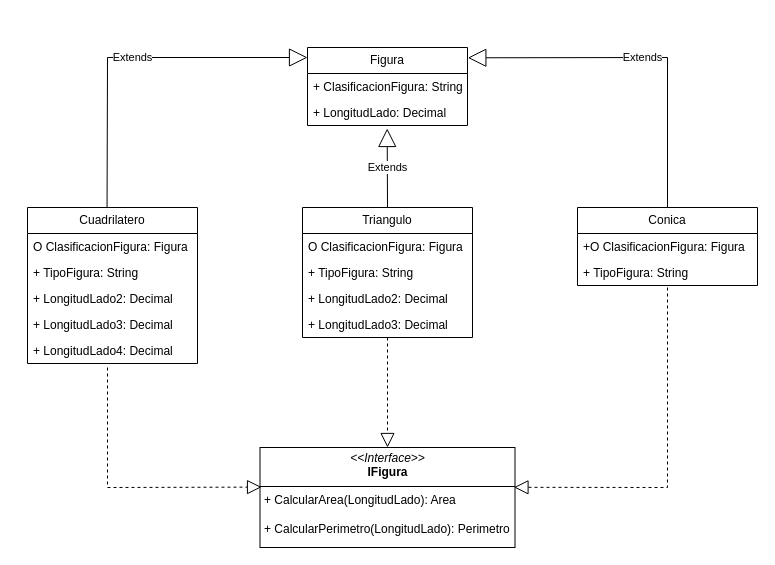
Before: Diagrama sin título.drawio in Francisco-Galea/Diagramas-y-Otros, a draw.io diagram. Source tidied: cells renumbered, new cells numbered last; positions are measured from the earlier drawing's top-left corner, leaving out a move shared by most shapes. Both pictures are drawn from the tidied source at 100%, with x=0, y=0 at pixel (27, 47).
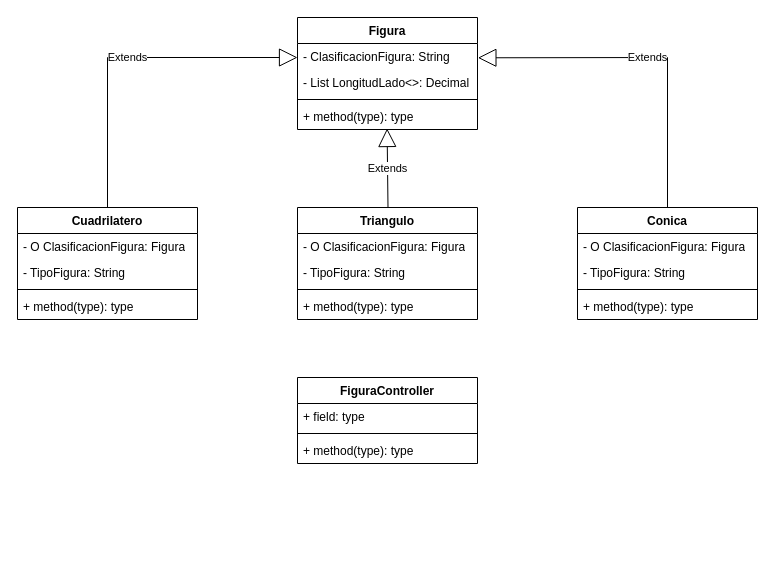
The same diagram, later.

Change to the diagram source:
```diff
@@
-    <mxCell id="2" value="Figura" style="swimlane;fontStyle=0;horizontal=1;startSize=26;fillColor=none;whiteSpace=wrap;html=1;" parent="1" vertex="1">
-      <mxGeometry x="280" width="160" height="78" as="geometry" />
-    </mxCell>
-    <mxCell id="3" value="+ ClasificacionFigura: String&lt;div&gt;&lt;br&gt;&lt;/div&gt;" style="text;strokeColor=none;fillColor=none;align=left;verticalAlign=top;spacingLeft=4;spacingRight=4;overflow=hidden;whiteSpace=wrap;html=1;" parent="2" vertex="1">
-      <mxGeometry y="26" width="160" height="26" as="geometry" />
-    </mxCell>
-    <mxCell id="4" value="+ LongitudLado: Decimal" style="text;strokeColor=none;fillColor=none;align=left;verticalAlign=top;spacingLeft=4;spacingRight=4;overflow=hidden;points=[[0,0.5],[1,0.5]];portConstraint=eastwest;whiteSpace=wrap;html=1;" parent="2" vertex="1">
-      <mxGeometry y="52" width="160" height="26" as="geometry" />
-    </mxCell>
-    <mxCell id="5" value="Cuadrilatero" style="swimlane;fontStyle=0;horizontal=1;startSize=26;fillColor=none;whiteSpace=wrap;html=1;" parent="1" vertex="1">
-      <mxGeometry y="160" width="170" height="156" as="geometry" />
-    </mxCell>
-    <mxCell id="6" value="O ClasificacionFigura: Figura" style="text;strokeColor=none;fillColor=none;align=left;verticalAlign=top;spacingLeft=4;spacingRight=4;overflow=hidden;whiteSpace=wrap;html=1;" parent="5" vertex="1">
-      <mxGeometry y="26" width="170" height="26" as="geometry" />
-    </mxCell>
-    <mxCell id="7" value="+ TipoFigura: String" style="text;strokeColor=none;fillColor=none;align=left;verticalAlign=top;spacingLeft=4;spacingRight=4;overflow=hidden;whiteSpace=wrap;html=1;" parent="5" vertex="1">
-      <mxGeometry y="52" width="170" height="26" as="geometry" />
-    </mxCell>
-    <mxCell id="8" value="+ LongitudLado2: Decimal&lt;div&gt;&lt;br&gt;&lt;/div&gt;" style="text;strokeColor=none;fillColor=none;align=left;verticalAlign=top;spacingLeft=4;spacingRight=4;overflow=hidden;whiteSpace=wrap;html=1;" parent="5" vertex="1">
-      <mxGeometry y="78" width="170" height="26" as="geometry" />
-    </mxCell>
-    <mxCell id="9" value="+ LongitudLado3: Decimal" style="text;strokeColor=none;fillColor=none;align=left;verticalAlign=top;spacingLeft=4;spacingRight=4;overflow=hidden;whiteSpace=wrap;html=1;" parent="5" vertex="1">
-      <mxGeometry y="104" width="170" height="26" as="geometry" />
-    </mxCell>
-    <mxCell id="10" value="+ LongitudLado4: Decimal" style="text;strokeColor=none;fillColor=none;align=left;verticalAlign=top;spacingLeft=4;spacingRight=4;overflow=hidden;whiteSpace=wrap;html=1;" parent="5" vertex="1">
-      <mxGeometry y="130" width="170" height="26" as="geometry" />
-    </mxCell>
-    <mxCell id="11" value="Triangulo" style="swimlane;fontStyle=0;horizontal=1;startSize=26;fillColor=none;whiteSpace=wrap;html=1;" parent="1" vertex="1">
-      <mxGeometry x="275" y="160" width="170" height="130" as="geometry" />
-    </mxCell>
-    <mxCell id="12" value="O ClasificacionFigura: Figura" style="text;strokeColor=none;fillColor=none;align=left;verticalAlign=top;spacingLeft=4;spacingRight=4;overflow=hidden;whiteSpace=wrap;html=1;" parent="11" vertex="1">
-      <mxGeometry y="26" width="170" height="26" as="geometry" />
-    </mxCell>
-    <mxCell id="13" value="+ TipoFigura: String&lt;div&gt;&lt;br&gt;&lt;/div&gt;" style="text;strokeColor=none;fillColor=none;align=left;verticalAlign=top;spacingLeft=4;spacingRight=4;overflow=hidden;whiteSpace=wrap;html=1;" parent="11" vertex="1">
-      <mxGeometry y="52" width="170" height="26" as="geometry" />
-    </mxCell>
-    <mxCell id="14" value="+ LongitudLado2: Decimal" style="text;strokeColor=none;fillColor=none;align=left;verticalAlign=top;spacingLeft=4;spacingRight=4;overflow=hidden;whiteSpace=wrap;html=1;" parent="11" vertex="1">
-      <mxGeometry y="78" width="170" height="26" as="geometry" />
-    </mxCell>
-    <mxCell id="15" value="+ LongitudLado3: Decimal" style="text;strokeColor=none;fillColor=none;align=left;verticalAlign=top;spacingLeft=4;spacingRight=4;overflow=hidden;whiteSpace=wrap;html=1;" parent="11" vertex="1">
-      <mxGeometry y="104" width="170" height="26" as="geometry" />
-    </mxCell>
-    <mxCell id="16" value="Conica" style="swimlane;fontStyle=0;horizontal=1;startSize=26;fillColor=none;whiteSpace=wrap;html=1;" parent="1" vertex="1">
-      <mxGeometry x="550" y="160" width="180" height="78" as="geometry" />
-    </mxCell>
-    <mxCell id="17" value="+O ClasificacionFigura: Figura" style="text;strokeColor=none;fillColor=none;align=left;verticalAlign=top;spacingLeft=4;spacingRight=4;overflow=hidden;whiteSpace=wrap;html=1;" parent="16" vertex="1">
-      <mxGeometry y="26" width="180" height="26" as="geometry" />
-    </mxCell>
-    <mxCell id="18" value="+ TipoFigura: String" style="text;strokeColor=none;fillColor=none;align=left;verticalAlign=top;spacingLeft=4;spacingRight=4;overflow=hidden;whiteSpace=wrap;html=1;" parent="16" vertex="1">
-      <mxGeometry y="52" width="180" height="26" as="geometry" />
-    </mxCell>
-    <mxCell id="19" value="&lt;p style=&quot;margin:0px;margin-top:4px;text-align:center;&quot;&gt;&lt;i&gt;&amp;lt;&amp;lt;Interface&amp;gt;&amp;gt;&lt;/i&gt;&lt;br&gt;&lt;b&gt;IFigura&lt;/b&gt;&lt;/p&gt;&lt;hr size=&quot;1&quot; style=&quot;border-style:solid;&quot;&gt;&lt;p style=&quot;margin:0px;margin-left:4px;&quot;&gt;+ CalcularArea(LongitudLado): Area&lt;/p&gt;&lt;p style=&quot;margin:0px;margin-left:4px;&quot;&gt;&amp;nbsp;&lt;br&gt;+ CalcularPerimetro(LongitudLado): Perimetro&lt;/p&gt;" style="verticalAlign=top;align=left;overflow=fill;html=1;whiteSpace=wrap;" parent="1" vertex="1">
-      <mxGeometry x="232.5" y="400" width="255" height="100" as="geometry" />
-    </mxCell>
-    <mxCell id="20" style="endArrow=block;dashed=1;endFill=0;endSize=12;html=1;rounded=0;entryX=0.5;entryY=0;entryDx=0;entryDy=0;" parent="1" edge="1" target="19">
-      <mxGeometry relative="1" as="geometry">
-        <mxPoint x="360" y="290" as="sourcePoint" />
-      </mxGeometry>
-    </mxCell>
-    <mxCell id="21" style="endArrow=block;dashed=1;endFill=0;endSize=12;html=1;rounded=0;entryX=0.006;entryY=0.396;entryDx=0;entryDy=0;entryPerimeter=0;" parent="1" edge="1" target="19">
-      <mxGeometry relative="1" as="geometry">
-        <mxPoint x="80" y="320" as="sourcePoint" />
-        <Array as="points">
-          <mxPoint x="80" y="440" />
-        </Array>
-      </mxGeometry>
-    </mxCell>
-    <mxCell id="22" style="endArrow=block;dashed=1;endFill=0;endSize=12;html=1;rounded=0;entryX=0.996;entryY=0.398;entryDx=0;entryDy=0;entryPerimeter=0;" parent="1" edge="1" target="19">
-      <mxGeometry relative="1" as="geometry">
-        <mxPoint x="640" y="240" as="sourcePoint" />
-        <Array as="points">
-          <mxPoint x="640" y="440" />
-        </Array>
-      </mxGeometry>
-    </mxCell>
-    <mxCell id="23" value="Extends" style="endArrow=block;endSize=16;endFill=0;html=1;rounded=0;exitX=0.468;exitY=0.003;exitDx=0;exitDy=0;exitPerimeter=0;" parent="1" edge="1" source="5">
+    <mxCell id="23" value="Extends" style="endArrow=block;endSize=16;endFill=0;html=1;rounded=0;exitX=0.5;exitY=0;exitDx=0;exitDy=0;" parent="1" edge="1">
       <mxGeometry relative="1" as="geometry">
-        <mxPoint x="280" y="10" as="targetPoint" />
+        <mxPoint x="80" y="160" as="sourcePoint" />
+        <mxPoint x="270" y="10" as="targetPoint" />
         <Array as="points">
           <mxPoint x="80" y="10" />
         </Array>
       </mxGeometry>
     </mxCell>
-    <mxCell id="24" value="Extends" style="endArrow=block;endSize=16;endFill=0;html=1;rounded=0;exitX=0.5;exitY=0;exitDx=0;exitDy=0;entryX=0.498;entryY=1.115;entryDx=0;entryDy=0;entryPerimeter=0;" parent="1" edge="1" source="11" target="4">
-      <mxGeometry relative="1" as="geometry" />
+    <mxCell id="24" value="Extends" style="endArrow=block;endSize=16;endFill=0;html=1;rounded=0;exitX=0.489;exitY=0.009;exitDx=0;exitDy=0;entryX=0.498;entryY=1.115;entryDx=0;entryDy=0;entryPerimeter=0;exitPerimeter=0;" parent="1" edge="1">
+      <mxGeometry relative="1" as="geometry">
+        <mxPoint x="360.5" y="160.7" as="sourcePoint" />
+        <mxPoint x="359.6" y="81" as="targetPoint" />
+      </mxGeometry>
     </mxCell>
-    <mxCell id="25" value="Extends" style="endArrow=block;endSize=16;endFill=0;html=1;rounded=0;exitX=0.5;exitY=0;exitDx=0;exitDy=0;entryX=1.002;entryY=0.132;entryDx=0;entryDy=0;entryPerimeter=0;" parent="1" edge="1" source="16" target="2">
+    <mxCell id="25" value="Extends" style="endArrow=block;endSize=16;endFill=0;html=1;rounded=0;exitX=0.5;exitY=0;exitDx=0;exitDy=0;entryX=1.002;entryY=0.132;entryDx=0;entryDy=0;entryPerimeter=0;" parent="1" edge="1">
       <mxGeometry relative="1" as="geometry">
+        <mxPoint x="640" y="160" as="sourcePoint" />
+        <mxPoint x="450.4" y="10.3" as="targetPoint" />
         <Array as="points">
           <mxPoint x="640" y="10" />
         </Array>
       </mxGeometry>
     </mxCell>
+    <mxCell id="5" value="Cuadrilatero" style="swimlane;fontStyle=1;align=center;verticalAlign=top;horizontal=1;startSize=26;whiteSpace=wrap;html=1;" parent="1" vertex="1">
+      <mxGeometry x="-10" y="160" width="180" height="112" as="geometry" />
+    </mxCell>
+    <mxCell id="26" value="- O ClasificacionFigura: Figura" style="text;strokeColor=none;fillColor=none;align=left;verticalAlign=top;spacingLeft=4;spacingRight=4;overflow=hidden;whiteSpace=wrap;html=1;" parent="5" vertex="1">
+      <mxGeometry y="26" width="180" height="26" as="geometry" />
+    </mxCell>
+    <mxCell id="27" value="- TipoFigura: String" style="text;strokeColor=none;fillColor=none;align=left;verticalAlign=top;spacingLeft=4;spacingRight=4;overflow=hidden;whiteSpace=wrap;html=1;" parent="5" vertex="1">
+      <mxGeometry y="52" width="180" height="26" as="geometry" />
+    </mxCell>
+    <mxCell id="28" style="line;strokeWidth=1;fillColor=none;align=left;verticalAlign=middle;spacingTop=-1;spacingLeft=3;spacingRight=3;labelPosition=right;strokeColor=inherit;" parent="5" vertex="1">
+      <mxGeometry y="78" width="180" height="8" as="geometry" />
+    </mxCell>
+    <mxCell id="29" value="+ method(type): type" style="text;strokeColor=none;fillColor=none;align=left;verticalAlign=top;spacingLeft=4;spacingRight=4;overflow=hidden;whiteSpace=wrap;html=1;" parent="5" vertex="1">
+      <mxGeometry y="86" width="180" height="26" as="geometry" />
+    </mxCell>
+    <mxCell id="11" value="Triangulo" style="swimlane;fontStyle=1;align=center;verticalAlign=top;horizontal=1;startSize=26;whiteSpace=wrap;html=1;" parent="1" vertex="1">
+      <mxGeometry x="270" y="160" width="180" height="112" as="geometry" />
+    </mxCell>
+    <mxCell id="30" value="- O ClasificacionFigura: Figura" style="text;strokeColor=none;fillColor=none;align=left;verticalAlign=top;spacingLeft=4;spacingRight=4;overflow=hidden;whiteSpace=wrap;html=1;" parent="11" vertex="1">
+      <mxGeometry y="26" width="180" height="26" as="geometry" />
+    </mxCell>
+    <mxCell id="31" value="- TipoFigura: String" style="text;strokeColor=none;fillColor=none;align=left;verticalAlign=top;spacingLeft=4;spacingRight=4;overflow=hidden;whiteSpace=wrap;html=1;" parent="11" vertex="1">
+      <mxGeometry y="52" width="180" height="26" as="geometry" />
+    </mxCell>
+    <mxCell id="32" style="line;strokeWidth=1;fillColor=none;align=left;verticalAlign=middle;spacingTop=-1;spacingLeft=3;spacingRight=3;labelPosition=right;strokeColor=inherit;" parent="11" vertex="1">
+      <mxGeometry y="78" width="180" height="8" as="geometry" />
+    </mxCell>
+    <mxCell id="33" value="+ method(type): type" style="text;strokeColor=none;fillColor=none;align=left;verticalAlign=top;spacingLeft=4;spacingRight=4;overflow=hidden;whiteSpace=wrap;html=1;" parent="11" vertex="1">
+      <mxGeometry y="86" width="180" height="26" as="geometry" />
+    </mxCell>
+    <mxCell id="16" value="Conica" style="swimlane;fontStyle=1;align=center;verticalAlign=top;horizontal=1;startSize=26;whiteSpace=wrap;html=1;" parent="1" vertex="1">
+      <mxGeometry x="550" y="160" width="180" height="112" as="geometry" />
+    </mxCell>
+    <mxCell id="34" value="- O ClasificacionFigura: Figura" style="text;strokeColor=none;fillColor=none;align=left;verticalAlign=top;spacingLeft=4;spacingRight=4;overflow=hidden;whiteSpace=wrap;html=1;" parent="16" vertex="1">
+      <mxGeometry y="26" width="180" height="26" as="geometry" />
+    </mxCell>
+    <mxCell id="35" value="- TipoFigura: String" style="text;strokeColor=none;fillColor=none;align=left;verticalAlign=top;spacingLeft=4;spacingRight=4;overflow=hidden;whiteSpace=wrap;html=1;" parent="16" vertex="1">
+      <mxGeometry y="52" width="180" height="26" as="geometry" />
+    </mxCell>
+    <mxCell id="36" style="line;strokeWidth=1;fillColor=none;align=left;verticalAlign=middle;spacingTop=-1;spacingLeft=3;spacingRight=3;labelPosition=right;strokeColor=inherit;" parent="16" vertex="1">
+      <mxGeometry y="78" width="180" height="8" as="geometry" />
+    </mxCell>
+    <mxCell id="37" value="+ method(type): type" style="text;strokeColor=none;fillColor=none;align=left;verticalAlign=top;spacingLeft=4;spacingRight=4;overflow=hidden;whiteSpace=wrap;html=1;" parent="16" vertex="1">
+      <mxGeometry y="86" width="180" height="26" as="geometry" />
+    </mxCell>
+    <mxCell id="2" value="Figura" style="swimlane;fontStyle=1;align=center;verticalAlign=top;horizontal=1;startSize=26;whiteSpace=wrap;html=1;" parent="1" vertex="1">
+      <mxGeometry x="270" y="-30" width="180" height="112" as="geometry" />
+    </mxCell>
+    <mxCell id="38" value="- ClasificacionFigura: String" style="text;strokeColor=none;fillColor=none;align=left;verticalAlign=top;spacingLeft=4;spacingRight=4;overflow=hidden;whiteSpace=wrap;html=1;" parent="2" vertex="1">
+      <mxGeometry y="26" width="180" height="26" as="geometry" />
+    </mxCell>
+    <mxCell id="39" value="- List LongitudLado&amp;lt;&amp;gt;: Decimal" style="text;strokeColor=none;fillColor=none;align=left;verticalAlign=top;spacingLeft=4;spacingRight=4;overflow=hidden;whiteSpace=wrap;html=1;" parent="2" vertex="1">
+      <mxGeometry y="52" width="180" height="26" as="geometry" />
+    </mxCell>
+    <mxCell id="40" style="line;strokeWidth=1;fillColor=none;align=left;verticalAlign=middle;spacingTop=-1;spacingLeft=3;spacingRight=3;labelPosition=right;strokeColor=inherit;" parent="2" vertex="1">
+      <mxGeometry y="78" width="180" height="8" as="geometry" />
+    </mxCell>
+    <mxCell id="41" value="+ method(type): type" style="text;strokeColor=none;fillColor=none;align=left;verticalAlign=top;spacingLeft=4;spacingRight=4;overflow=hidden;whiteSpace=wrap;html=1;" parent="2" vertex="1">
+      <mxGeometry y="86" width="180" height="26" as="geometry" />
+    </mxCell>
+    <mxCell id="42" value="FiguraController" style="swimlane;fontStyle=1;align=center;verticalAlign=top;horizontal=1;startSize=26;whiteSpace=wrap;html=1;" parent="1" vertex="1">
+      <mxGeometry x="270" y="330" width="180" height="86" as="geometry" />
+    </mxCell>
+    <mxCell id="43" value="+ field: type" style="text;strokeColor=none;fillColor=none;align=left;verticalAlign=top;spacingLeft=4;spacingRight=4;overflow=hidden;whiteSpace=wrap;html=1;" parent="42" vertex="1">
+      <mxGeometry y="26" width="180" height="26" as="geometry" />
+    </mxCell>
+    <mxCell id="44" style="line;strokeWidth=1;fillColor=none;align=left;verticalAlign=middle;spacingTop=-1;spacingLeft=3;spacingRight=3;labelPosition=right;strokeColor=inherit;" parent="42" vertex="1">
+      <mxGeometry y="52" width="180" height="8" as="geometry" />
+    </mxCell>
+    <mxCell id="45" value="+ method(type): type" style="text;strokeColor=none;fillColor=none;align=left;verticalAlign=top;spacingLeft=4;spacingRight=4;overflow=hidden;whiteSpace=wrap;html=1;" parent="42" vertex="1">
+      <mxGeometry y="60" width="180" height="26" as="geometry" />
+    </mxCell>
```
